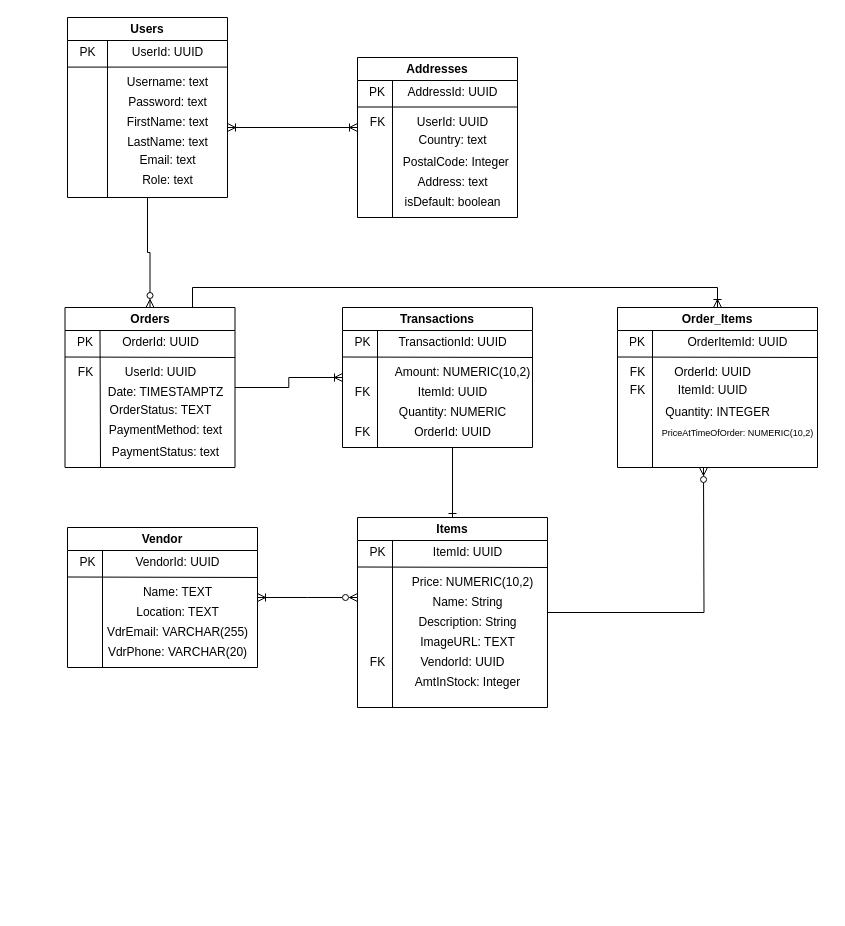
The draw.io diagram documentation/DB Structure.drawio in Acohen455/yalla, before the edit. Source tidied: cells renumbered, new cells numbered last; positions are measured from the earlier drawing's top-left corner, leaving out a move shared by most shapes. Both pictures are drawn from the tidied source at 100%, with x=0, y=0 at pixel (65, 17).
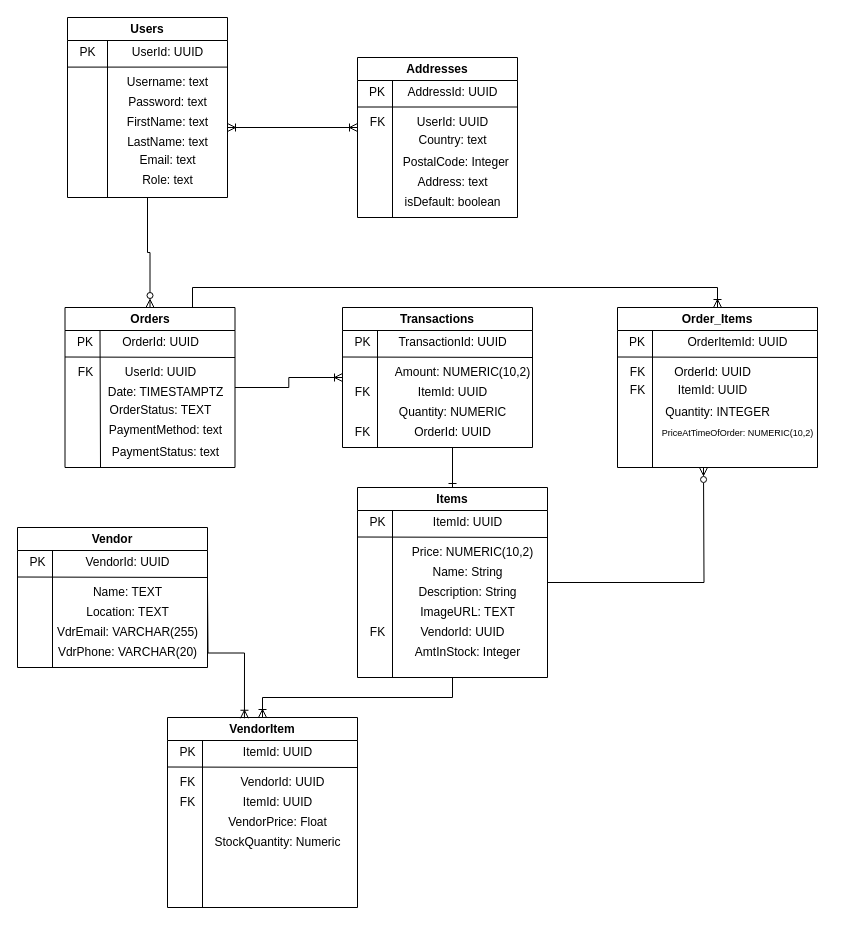
The same diagram, later.

Commit message (it also covers changes not shown here):
table updates & diagram updates

Diff of the diagram source:
```diff
@@
     <mxCell id="50" value="Items" style="swimlane;whiteSpace=wrap;html=1;strokeWidth=1;perimeterSpacing=0;swimlaneLine=1;rounded=0;fillColor=default;" parent="1" vertex="1">
-      <mxGeometry x="292" y="500" width="190" height="190" as="geometry" />
+      <mxGeometry x="292" y="470" width="190" height="190" as="geometry" />
     </mxCell>
@@
-    <mxCell id="63" style="edgeStyle=orthogonalEdgeStyle;rounded=0;jettySize=auto;html=1;endArrow=ERzeroToMany;endFill=0;startArrow=ERoneToMany;startFill=0;" parent="1" edge="1" source="64">
-      <mxGeometry relative="1" as="geometry">
-        <mxPoint x="292" y="580" as="targetPoint" />
-      </mxGeometry>
-    </mxCell>
     <mxCell id="64" value="Vendor" style="swimlane;whiteSpace=wrap;html=1;strokeWidth=1;perimeterSpacing=0;swimlaneLine=1;rounded=0;fillColor=default;" parent="1" vertex="1">
-      <mxGeometry x="2" y="510" width="190" height="140" as="geometry" />
+      <mxGeometry x="-48" y="510" width="190" height="140" as="geometry" />
     </mxCell>
@@
+    <mxCell id="85" value="VendorItem" style="swimlane;whiteSpace=wrap;html=1;strokeWidth=1;perimeterSpacing=0;swimlaneLine=1;rounded=0;fillColor=default;" parent="1" vertex="1">
+      <mxGeometry x="102" y="700" width="190" height="190" as="geometry" />
+    </mxCell>
+    <mxCell id="86" style="endArrow=none;html=1;rounded=0;" parent="85" edge="1">
+      <mxGeometry relative="1" as="geometry">
+        <mxPoint x="35" y="190" as="sourcePoint" />
+        <mxPoint x="35" y="22.5" as="targetPoint" />
+      </mxGeometry>
+    </mxCell>
+    <mxCell id="87" style="endArrow=none;html=1;rounded=0;" parent="85" edge="1">
+      <mxGeometry relative="1" as="geometry">
+        <mxPoint y="49.5" as="sourcePoint" />
+        <mxPoint x="190" y="50" as="targetPoint" />
+      </mxGeometry>
+    </mxCell>
+    <mxCell id="88" value="PK" style="text;html=1;align=center;verticalAlign=middle;strokeColor=none;fillColor=none;" parent="85" vertex="1">
+      <mxGeometry y="20" width="40" height="30" as="geometry" />
+    </mxCell>
+    <mxCell id="89" value="ItemId: UUID" style="text;html=1;align=center;verticalAlign=middle;strokeColor=none;fillColor=none;" parent="85" vertex="1">
+      <mxGeometry x="65" y="20" width="90" height="30" as="geometry" />
+    </mxCell>
+    <mxCell id="90" value="VendorId: UUID" style="text;html=1;align=center;verticalAlign=middle;strokeColor=none;fillColor=none;" parent="85" vertex="1">
+      <mxGeometry x="60" y="50" width="110" height="30" as="geometry" />
+    </mxCell>
+    <mxCell id="91" value="VendorPrice: Float" style="text;html=1;align=center;verticalAlign=middle;strokeColor=none;fillColor=none;" parent="85" vertex="1">
+      <mxGeometry x="50" y="90" width="120" height="30" as="geometry" />
+    </mxCell>
+    <mxCell id="92" value="ItemId: UUID" style="text;html=1;align=center;verticalAlign=middle;strokeColor=none;fillColor=none;" parent="85" vertex="1">
+      <mxGeometry x="65" y="70" width="90" height="30" as="geometry" />
+    </mxCell>
+    <mxCell id="93" value="StockQuantity: Numeric" style="text;html=1;align=center;verticalAlign=middle;strokeColor=none;fillColor=none;" parent="85" vertex="1">
+      <mxGeometry x="35" y="110" width="150" height="30" as="geometry" />
+    </mxCell>
+    <mxCell id="94" value="FK" style="text;html=1;align=center;verticalAlign=middle;strokeColor=none;fillColor=none;" parent="85" vertex="1">
+      <mxGeometry y="50" width="40" height="30" as="geometry" />
+    </mxCell>
+    <mxCell id="95" value="FK" style="text;html=1;align=center;verticalAlign=middle;strokeColor=none;fillColor=none;" parent="85" vertex="1">
+      <mxGeometry y="70" width="40" height="30" as="geometry" />
+    </mxCell>
+    <mxCell id="96" style="edgeStyle=orthogonalEdgeStyle;rounded=0;jettySize=auto;html=1;entryX=0.405;entryY=0.004;entryDx=0;entryDy=0;endArrow=ERoneToMany;endFill=0;entryPerimeter=0;" parent="1" edge="1" target="85">
+      <mxGeometry relative="1" as="geometry">
+        <mxPoint x="142" y="570" as="sourcePoint" />
+      </mxGeometry>
+    </mxCell>
+    <mxCell id="97" style="edgeStyle=orthogonalEdgeStyle;rounded=0;jettySize=auto;html=1;endArrow=ERoneToMany;endFill=0;exitX=0.5;exitY=1;exitDx=0;exitDy=0;" parent="1" edge="1" source="50" target="85">
+      <mxGeometry relative="1" as="geometry" />
+    </mxCell>
```
